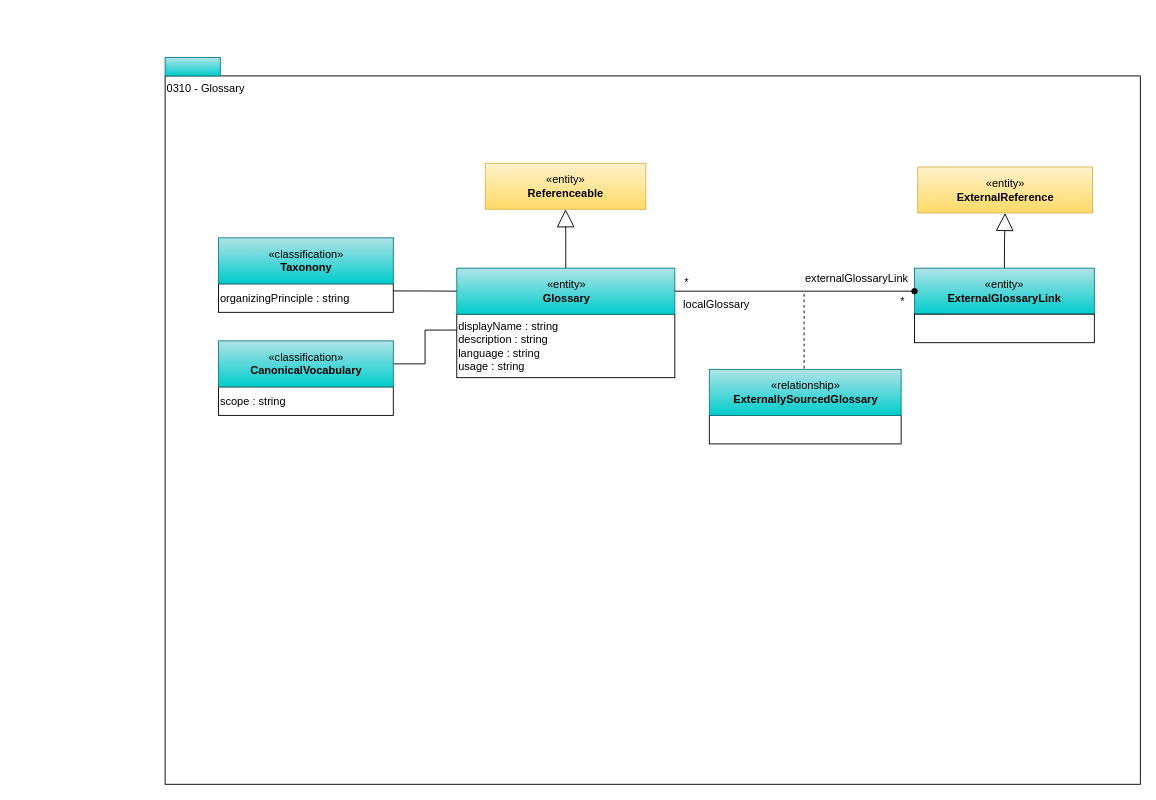
This is page "0310-Glossary" (2 of 13) of site/docs/types/3/area-3-glossary.drawio from odpi/egeria-docs, a draw.io file, before an edit. Source tidied: cells renumbered, new cells numbered last; positions are measured from the earlier drawing's top-left corner, leaving out a move shared by most shapes. Both pictures are drawn from the tidied source at 92%, with x=0, y=0 at pixel (165, 57).
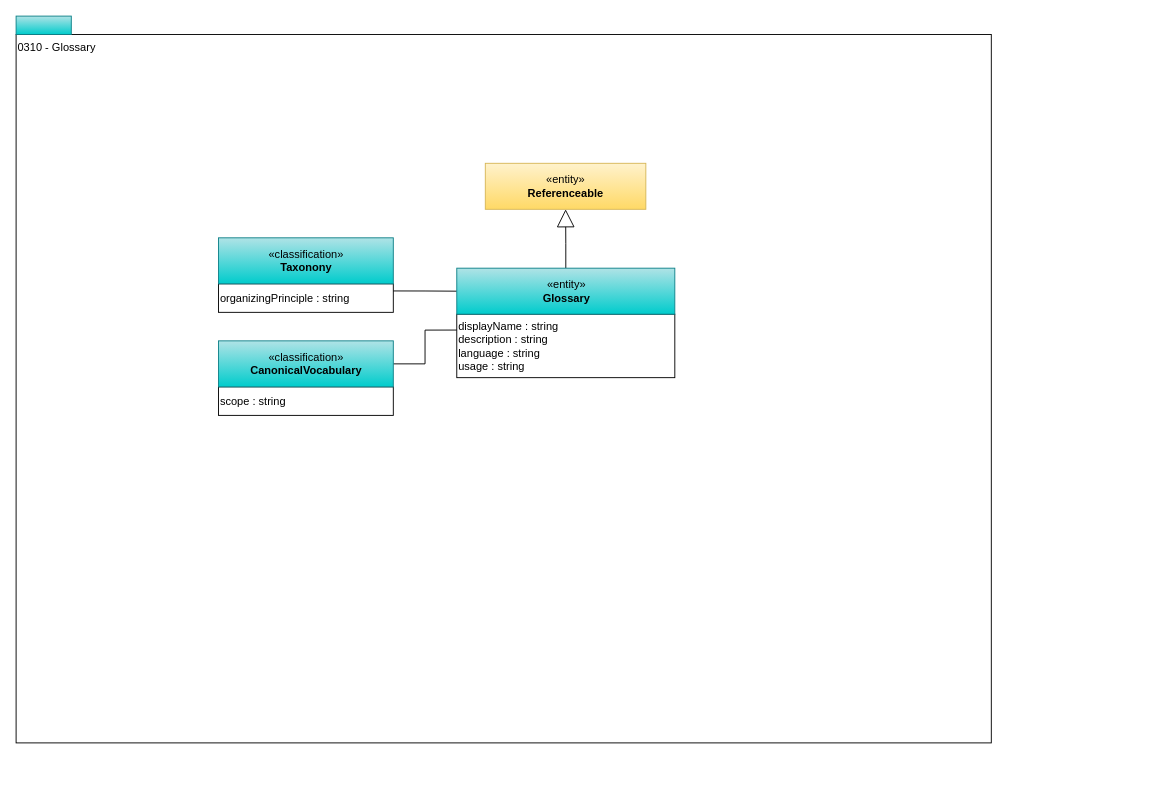
The same diagram, later.

Unchanged cells that the change refers to:
```xml
<mxCell id="16" value="«entity»&lt;br&gt;&lt;b&gt;Glossary&lt;/b&gt;" style="html=1;strokeColor=#0e8088;align=center;fillColor=#b0e3e6;gradientColor=#00CCCC;" parent="1" vertex="1">
  <mxGeometry x="317" y="229" width="237" height="50" as="geometry" />
</mxCell>
```

Change to the diagram source:
```diff
@@
     <mxCell id="2" value="0310 - Glossary" style="rounded=0;whiteSpace=wrap;html=1;align=left;verticalAlign=top;" parent="1" vertex="1">
-      <mxGeometry y="20" width="1060" height="770" as="geometry" />
+      <mxGeometry x="-162" y="-25" width="1060" height="770" as="geometry" />
     </mxCell>
@@
-    <mxCell id="8" value="*" style="text;html=1;strokeColor=none;fillColor=none;align=center;verticalAlign=middle;whiteSpace=wrap;rounded=0;" parent="1" vertex="1">
-      <mxGeometry x="788.5" y="256" width="26" height="18" as="geometry" />
-    </mxCell>
-    <mxCell id="9" style="endArrow=none;dashed=1;html=1;" parent="1" edge="1">
-      <mxGeometry relative="1" as="geometry">
-        <mxPoint x="694.5" y="257" as="sourcePoint" />
-        <mxPoint x="694.5" y="338" as="targetPoint" />
-      </mxGeometry>
-    </mxCell>
-    <mxCell id="10" style="rounded=0;whiteSpace=wrap;html=1;strokeColor=#000000;gradientColor=#ffffff;align=left;" parent="1" vertex="1">
-      <mxGeometry x="591.5" y="389" width="208.5" height="31" as="geometry" />
-    </mxCell>
-    <mxCell id="11" value="externalGlossaryLink" style="text;html=1;strokeColor=none;fillColor=none;align=center;verticalAlign=middle;whiteSpace=wrap;rounded=0;" parent="1" vertex="1">
-      <mxGeometry x="688.5" y="231" width="126" height="20" as="geometry" />
-    </mxCell>
-    <mxCell id="12" value="localGlossary" style="text;html=1;strokeColor=none;fillColor=none;align=center;verticalAlign=middle;whiteSpace=wrap;rounded=0;" parent="1" vertex="1">
-      <mxGeometry x="532" y="259" width="135" height="20" as="geometry" />
-    </mxCell>
-    <mxCell id="13" value="*" style="text;html=1;strokeColor=none;fillColor=none;align=center;verticalAlign=middle;whiteSpace=wrap;rounded=0;" parent="1" vertex="1">
-      <mxGeometry x="554" y="236" width="26" height="18" as="geometry" />
-    </mxCell>
     <mxCell id="14" style="rounded=0;whiteSpace=wrap;html=1;align=left;fillColor=#b0e3e6;strokeColor=#0e8088;gradientColor=#00CCCC;" parent="1" vertex="1">
-      <mxGeometry width="60" height="20" as="geometry" />
+      <mxGeometry x="-162" y="-45" width="60" height="20" as="geometry" />
     </mxCell>
@@
-    <mxCell id="20" value="«entity»&lt;br&gt;&lt;b&gt;ExternalReference&lt;/b&gt;" style="html=1;strokeColor=#d6b656;align=center;fillColor=#fff2cc;gradientColor=#ffd966;" parent="1" vertex="1">
-      <mxGeometry x="818" y="119" width="190" height="50" as="geometry" />
-    </mxCell>
-    <mxCell id="21" style="edgeStyle=orthogonalEdgeStyle;rounded=0;jettySize=auto;html=1;exitX=0.5;exitY=0;exitDx=0;exitDy=0;endArrow=block;endFill=0;endSize=17;" parent="1" edge="1" source="22" target="20">
-      <mxGeometry relative="1" as="geometry" />
-    </mxCell>
-    <mxCell id="22" value="«entity»&lt;br&gt;&lt;b&gt;ExternalGlossaryLink&lt;/b&gt;" style="html=1;strokeColor=#0e8088;align=center;fillColor=#b0e3e6;gradientColor=#00CCCC;" parent="1" vertex="1">
-      <mxGeometry x="814.5" y="229" width="195.5" height="50" as="geometry" />
-    </mxCell>
-    <mxCell id="23" value="«relationship»&lt;br&gt;&lt;b&gt;ExternallySourcedGlossary&lt;/b&gt;" style="html=1;strokeColor=#0e8088;align=center;fillColor=#b0e3e6;gradientColor=#00CCCC;" parent="1" vertex="1">
-      <mxGeometry x="591.5" y="339" width="208.5" height="50" as="geometry" />
-    </mxCell>
-    <mxCell id="24" style="edgeStyle=orthogonalEdgeStyle;rounded=0;html=1;exitX=1;exitY=0.5;entryX=0;entryY=0.5;jettySize=auto;endArrow=oval;endFill=1;entryDx=0;entryDy=0;exitDx=0;exitDy=0;" parent="1" edge="1" source="16" target="22">
-      <mxGeometry relative="1" as="geometry" />
-    </mxCell>
-    <mxCell id="25" style="rounded=0;whiteSpace=wrap;html=1;strokeColor=#000000;gradientColor=#ffffff;align=left;" parent="1" vertex="1">
-      <mxGeometry x="814.5" y="279" width="195.5" height="31" as="geometry" />
-    </mxCell>
```
